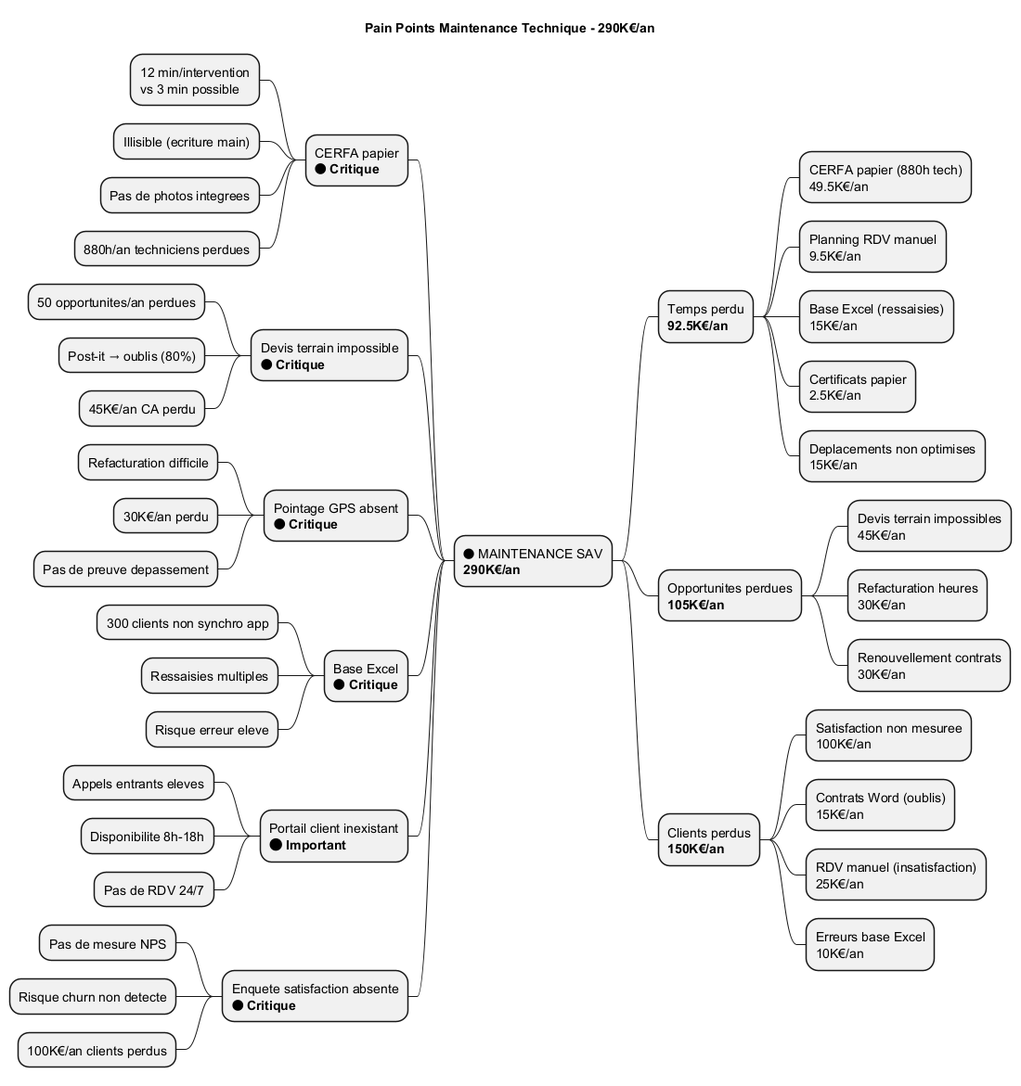
JordanSerafini/Audit_Duret keeps this PlantUML diagram as Services/Maintenance-Technique/uml/png/Pain_Points_Maintenance.png. Above is the earlier version. Its diagram source:
```plantuml
@startmindmap Pain_Points_Maintenance

title Pain Points Maintenance Technique - 290K€/an

* 🔴 MAINTENANCE SAV\n**290K€/an**
** Temps perdu\n**92.5K€/an**
*** CERFA papier (880h tech)\n49.5K€/an
*** Planning RDV manuel\n9.5K€/an
*** Base Excel (ressaisies)\n15K€/an
*** Certificats papier\n2.5K€/an
*** Deplacements non optimises\n15K€/an

** Opportunites perdues\n**105K€/an**
*** Devis terrain impossibles\n45K€/an
*** Refacturation heures\n30K€/an
*** Renouvellement contrats\n30K€/an

** Clients perdus\n**150K€/an**
*** Satisfaction non mesuree\n100K€/an
*** Contrats Word (oublis)\n15K€/an
*** RDV manuel (insatisfaction)\n25K€/an
*** Erreurs base Excel\n10K€/an

left side

** CERFA papier\n**🔴 Critique**
*** 12 min/intervention\nvs 3 min possible
*** Illisible (ecriture main)
*** Pas de photos integrees
*** 880h/an techniciens perdues

** Devis terrain impossible\n**🔴 Critique**
*** 50 opportunites/an perdues
*** Post-it → oublis (80%)
*** 45K€/an CA perdu

** Pointage GPS absent\n**🔴 Critique**
*** Refacturation difficile
*** 30K€/an perdu
*** Pas de preuve depassement

** Base Excel\n**🔴 Critique**
*** 300 clients non synchro app
*** Ressaisies multiples
*** Risque erreur eleve

** Portail client inexistant\n**🟠 Important**
*** Appels entrants eleves
*** Disponibilite 8h-18h
*** Pas de RDV 24/7

** Enquete satisfaction absente\n**🔴 Critique**
*** Pas de mesure NPS
*** Risque churn non detecte
*** 100K€/an clients perdus

@endmindmap
```
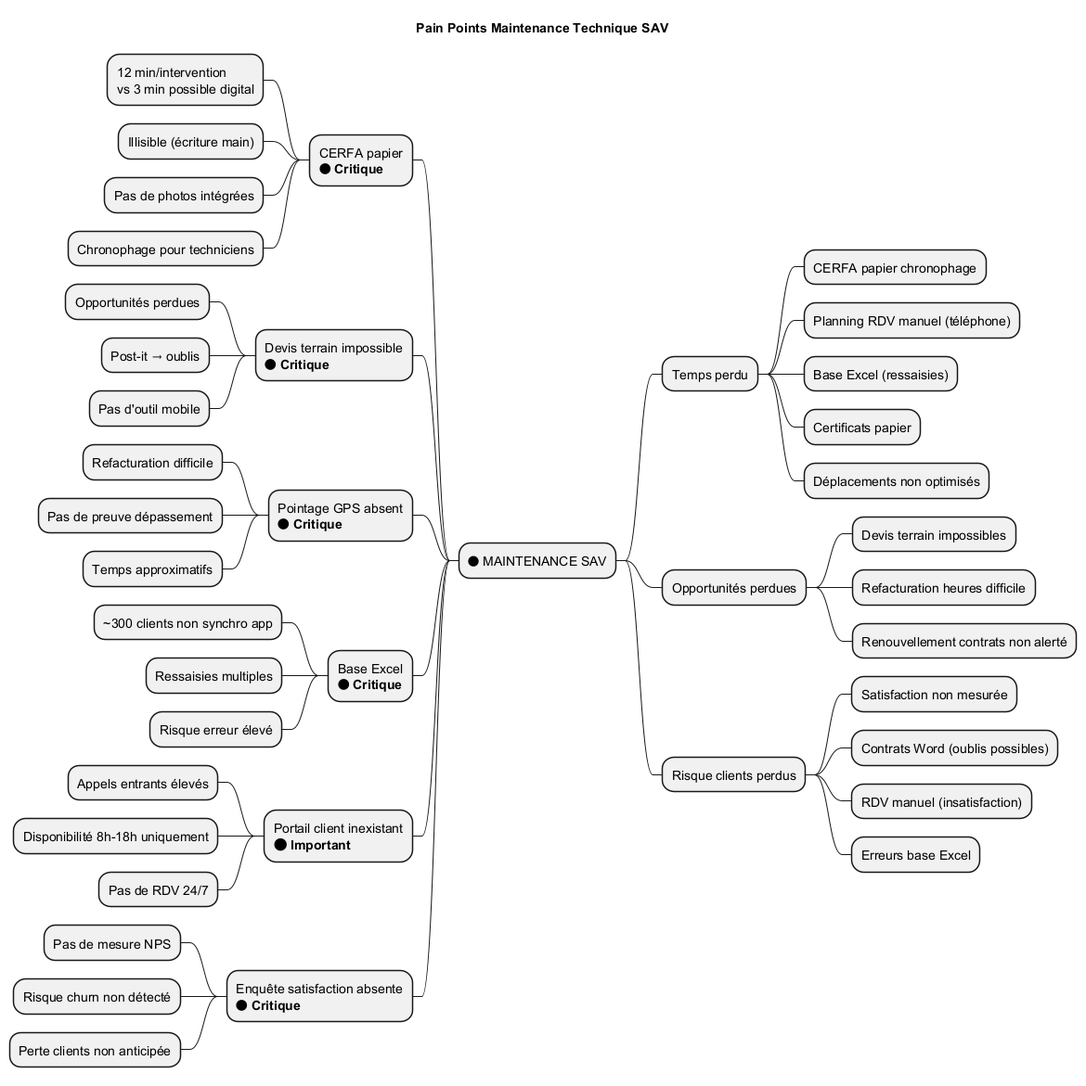
Above is the later version.

Diff of the diagram source:
```diff
@@ -1,57 +1,57 @@
 @startmindmap Pain_Points_Maintenance
 
-title Pain Points Maintenance Technique - 290K€/an
+title Pain Points Maintenance Technique SAV
 
-* 🔴 MAINTENANCE SAV\n**290K€/an**
-** Temps perdu\n**92.5K€/an**
-*** CERFA papier (880h tech)\n49.5K€/an
-*** Planning RDV manuel\n9.5K€/an
-*** Base Excel (ressaisies)\n15K€/an
-*** Certificats papier\n2.5K€/an
-*** Deplacements non optimises\n15K€/an
+* 🔴 MAINTENANCE SAV
+** Temps perdu
+*** CERFA papier chronophage
+*** Planning RDV manuel (téléphone)
+*** Base Excel (ressaisies)
+*** Certificats papier
+*** Déplacements non optimisés
 
-** Opportunites perdues\n**105K€/an**
-*** Devis terrain impossibles\n45K€/an
-*** Refacturation heures\n30K€/an
-*** Renouvellement contrats\n30K€/an
+** Opportunités perdues
+*** Devis terrain impossibles
+*** Refacturation heures difficile
+*** Renouvellement contrats non alerté
 
-** Clients perdus\n**150K€/an**
-*** Satisfaction non mesuree\n100K€/an
-*** Contrats Word (oublis)\n15K€/an
-*** RDV manuel (insatisfaction)\n25K€/an
-*** Erreurs base Excel\n10K€/an
+** Risque clients perdus
+*** Satisfaction non mesurée
+*** Contrats Word (oublis possibles)
+*** RDV manuel (insatisfaction)
+*** Erreurs base Excel
 
 left side
 
 ** CERFA papier\n**🔴 Critique**
-*** 12 min/intervention\nvs 3 min possible
-*** Illisible (ecriture main)
-*** Pas de photos integrees
-*** 880h/an techniciens perdues
+*** 12 min/intervention\nvs 3 min possible digital
+*** Illisible (écriture main)
+*** Pas de photos intégrées
+*** Chronophage pour techniciens
 
 ** Devis terrain impossible\n**🔴 Critique**
-*** 50 opportunites/an perdues
-*** Post-it → oublis (80%)
-*** 45K€/an CA perdu
+*** Opportunités perdues
+*** Post-it → oublis
+*** Pas d'outil mobile
 
 ** Pointage GPS absent\n**🔴 Critique**
 *** Refacturation difficile
-*** 30K€/an perdu
-*** Pas de preuve depassement
+*** Pas de preuve dépassement
+*** Temps approximatifs
 
 ** Base Excel\n**🔴 Critique**
-*** 300 clients non synchro app
+*** ~300 clients non synchro app
 *** Ressaisies multiples
-*** Risque erreur eleve
+*** Risque erreur élevé
 
 ** Portail client inexistant\n**🟠 Important**
-*** Appels entrants eleves
-*** Disponibilite 8h-18h
+*** Appels entrants élevés
+*** Disponibilité 8h-18h uniquement
 *** Pas de RDV 24/7
 
-** Enquete satisfaction absente\n**🔴 Critique**
+** Enquête satisfaction absente\n**🔴 Critique**
 *** Pas de mesure NPS
-*** Risque churn non detecte
-*** 100K€/an clients perdus
+*** Risque churn non détecté
+*** Perte clients non anticipée
 
 @endmindmap
```
